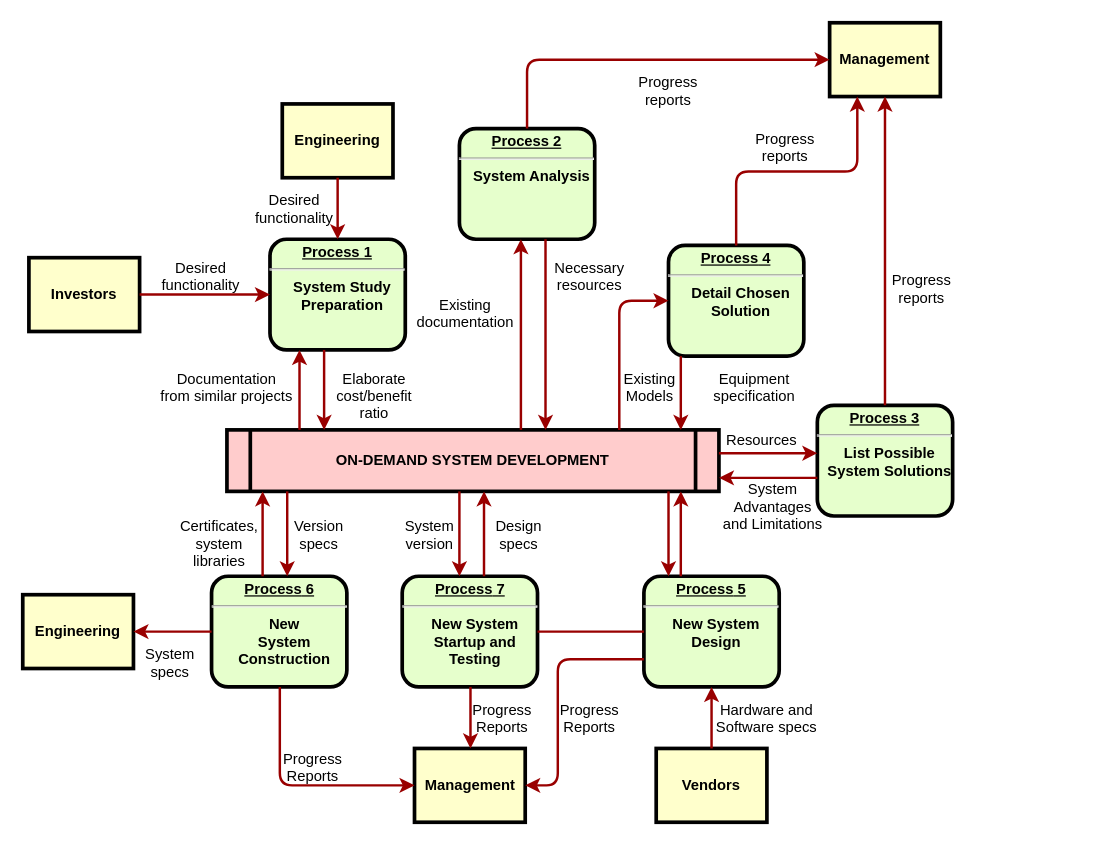
Above: example/未命名绘图.drawio in cwhm123/vue-notifyjs (draw.io), before the change. Source tidied: cells renumbered, new cells numbered last; positions are measured from the earlier drawing's top-left corner, leaving out a move shared by most shapes. Both pictures are drawn from the tidied source at 123%, with x=0, y=0 at pixel (22, 22).
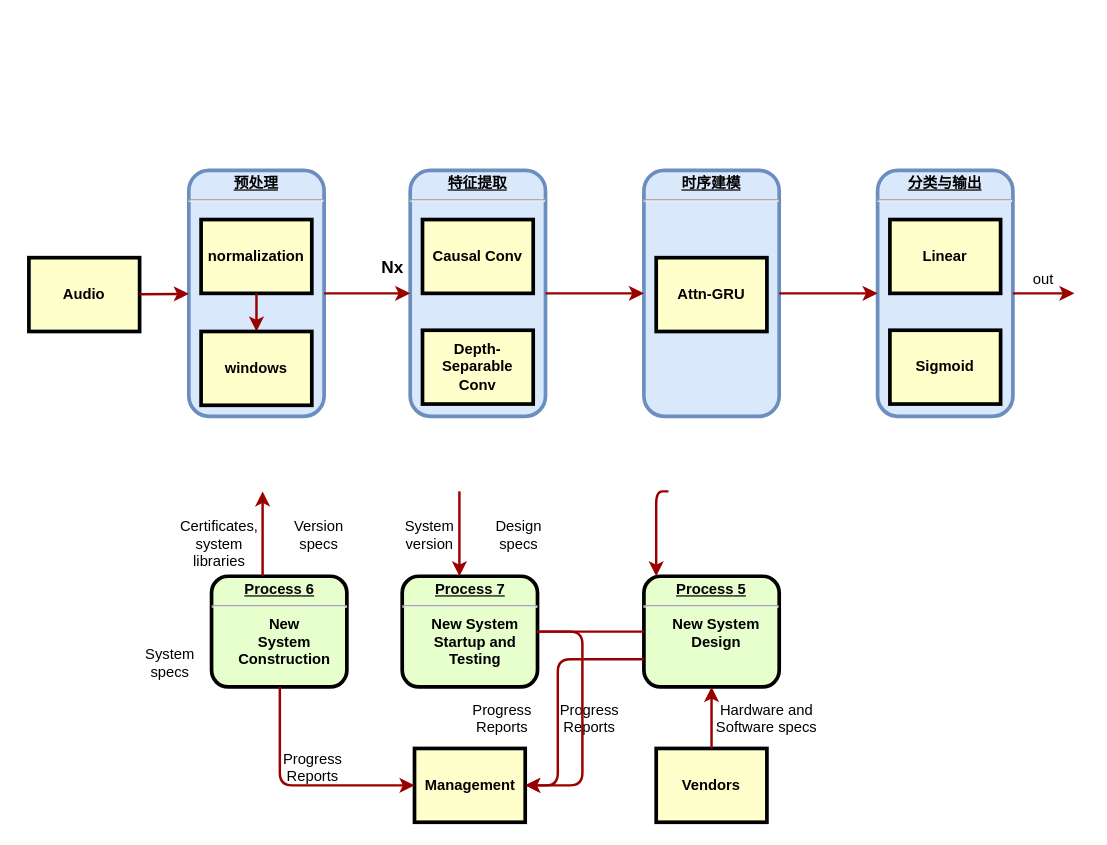
The same diagram, later.

The change refers to these unchanged cells:
```xml
<mxCell id="9" value="&lt;p style=&quot;margin: 0px; margin-top: 4px; text-align: center; text-decoration: underline;&quot;&gt;&lt;strong&gt;&lt;strong&gt;Process&lt;/strong&gt; 5&lt;br /&gt;&lt;/strong&gt;&lt;/p&gt;&lt;hr /&gt;&lt;p style=&quot;margin: 0px; margin-left: 8px;&quot;&gt;New System&lt;/p&gt;&lt;p style=&quot;margin: 0px; margin-left: 8px;&quot;&gt;Design&lt;/p&gt;" style="verticalAlign=middle;align=center;overflow=fill;fontSize=12;fontFamily=Helvetica;html=1;rounded=1;fontStyle=1;strokeWidth=3;fillColor=#E6FFCC;" parent="1" vertex="1">
  <mxGeometry x="505" y="450" width="110" height="90" as="geometry" />
</mxCell>
<mxCell id="10" value="&lt;p style=&quot;margin: 0px; margin-top: 4px; text-align: center; text-decoration: underline;&quot;&gt;&lt;strong&gt;&lt;strong&gt;Process&lt;/strong&gt; 6&lt;br /&gt;&lt;/strong&gt;&lt;/p&gt;&lt;hr /&gt;&lt;p style=&quot;margin: 0px; margin-left: 8px;&quot;&gt;New&lt;/p&gt;&lt;p style=&quot;margin: 0px; margin-left: 8px;&quot;&gt;System&lt;/p&gt;&lt;p style=&quot;margin: 0px; margin-left: 8px;&quot;&gt;Construction&lt;/p&gt;" style="verticalAlign=middle;align=center;overflow=fill;fontSize=12;fontFamily=Helvetica;html=1;rounded=1;fontStyle=1;strokeWidth=3;fillColor=#E6FFCC;" parent="1" vertex="1">
  <mxGeometry x="153.5" y="450" width="110" height="90" as="geometry" />
</mxCell>
<mxCell id="12" value="Management" style="whiteSpace=wrap;align=center;verticalAlign=middle;fontStyle=1;strokeWidth=3;fillColor=#FFFFCC;" parent="1" vertex="1">
  <mxGeometry x="318.5" y="590" width="90" height="60" as="geometry" />
</mxCell>
<mxCell id="17" value="&lt;p style=&quot;margin: 0px; margin-top: 4px; text-align: center; text-decoration: underline;&quot;&gt;&lt;strong&gt;&lt;strong&gt;Process&lt;/strong&gt; 7&lt;br /&gt;&lt;/strong&gt;&lt;/p&gt;&lt;hr /&gt;&lt;p style=&quot;margin: 0px; margin-left: 8px;&quot;&gt;New System&lt;/p&gt;&lt;p style=&quot;margin: 0px; margin-left: 8px;&quot;&gt;Startup and&lt;/p&gt;&lt;p style=&quot;margin: 0px; margin-left: 8px;&quot;&gt;Testing&lt;/p&gt;" style="verticalAlign=middle;align=center;overflow=fill;fontSize=12;fontFamily=Helvetica;html=1;rounded=1;fontStyle=1;strokeWidth=3;fillColor=#E6FFCC;" parent="1" vertex="1">
  <mxGeometry x="308.5" y="450" width="110" height="90" as="geometry" />
</mxCell>
```

What changed in the source:
```diff
@@
-    <mxCell id="2" value="&lt;p style=&quot;margin: 0px; margin-top: 4px; text-align: center; text-decoration: underline;&quot;&gt;&lt;strong&gt;Process 1&lt;br /&gt;&lt;/strong&gt;&lt;/p&gt;&lt;hr /&gt;&lt;p style=&quot;margin: 0px; margin-left: 8px;&quot;&gt;System Study&lt;/p&gt;&lt;p style=&quot;margin: 0px; margin-left: 8px;&quot;&gt;Preparation&lt;/p&gt;" style="verticalAlign=middle;align=center;overflow=fill;fontSize=12;fontFamily=Helvetica;html=1;rounded=1;fontStyle=1;strokeWidth=3;fillColor=#E6FFCC;" parent="1" vertex="1">
-      <mxGeometry x="201" y="176" width="110" height="90" as="geometry" />
+    <mxCell id="2" value="&lt;p style=&quot;margin: 0px; margin-top: 4px; text-align: center; text-decoration: underline;&quot;&gt;&lt;strong&gt;预处理&lt;/strong&gt;&lt;/p&gt;&lt;hr&gt;&lt;p style=&quot;margin: 0px; margin-left: 8px;&quot;&gt;&lt;br&gt;&lt;/p&gt;" style="verticalAlign=middle;align=center;overflow=fill;fontSize=12;fontFamily=Helvetica;html=1;rounded=1;fontStyle=1;strokeWidth=3;fillColor=#dae8fc;strokeColor=#6c8ebf;" parent="1" vertex="1">
+      <mxGeometry x="135" y="120" width="110" height="200" as="geometry" />
     </mxCell>
-    <mxCell id="3" value="Engineering" style="whiteSpace=wrap;align=center;verticalAlign=middle;fontStyle=1;strokeWidth=3;fillColor=#FFFFCC;" parent="1" vertex="1">
-      <mxGeometry x="211" y="66" width="90" height="60" as="geometry" />
-    </mxCell>
-    <mxCell id="4" value="Investors" style="whiteSpace=wrap;align=center;verticalAlign=middle;fontStyle=1;strokeWidth=3;fillColor=#FFFFCC;" parent="1" vertex="1">
+    <mxCell id="4" value="Audio" style="whiteSpace=wrap;align=center;verticalAlign=middle;fontStyle=1;strokeWidth=3;fillColor=#FFFFCC;" parent="1" vertex="1">
       <mxGeometry x="5" y="191" width="90" height="60" as="geometry" />
     </mxCell>
-    <mxCell id="5" value="ON-DEMAND SYSTEM DEVELOPMENT" style="shape=process;whiteSpace=wrap;align=center;verticalAlign=middle;size=0.0475;fontStyle=1;strokeWidth=3;fillColor=#FFCCCC;" parent="1" vertex="1">
-      <mxGeometry x="166" y="331" width="400" height="50" as="geometry" />
-    </mxCell>
-    <mxCell id="6" value="&lt;p style=&quot;margin: 0px; margin-top: 4px; text-align: center; text-decoration: underline;&quot;&gt;&lt;strong&gt;Process 2&lt;br /&gt;&lt;/strong&gt;&lt;/p&gt;&lt;hr /&gt;&lt;p style=&quot;margin: 0px; margin-left: 8px;&quot;&gt;System Analysis&lt;/p&gt;" style="verticalAlign=middle;align=center;overflow=fill;fontSize=12;fontFamily=Helvetica;html=1;rounded=1;fontStyle=1;strokeWidth=3;fillColor=#E6FFCC;" parent="1" vertex="1">
-      <mxGeometry x="355" y="86" width="110" height="90" as="geometry" />
+    <mxCell id="6" value="&lt;p style=&quot;margin: 0px; margin-top: 4px; text-align: center; text-decoration: underline;&quot;&gt;特征提取&lt;strong&gt;&lt;/strong&gt;&lt;/p&gt;&lt;hr&gt;&lt;p style=&quot;margin: 0px; margin-left: 8px;&quot;&gt;&lt;br&gt;&lt;/p&gt;" style="verticalAlign=middle;align=center;overflow=fill;fontSize=12;fontFamily=Helvetica;html=1;rounded=1;fontStyle=1;strokeWidth=3;fillColor=#dae8fc;strokeColor=#6c8ebf;" parent="1" vertex="1">
+      <mxGeometry x="315" y="120" width="110" height="200" as="geometry" />
     </mxCell>
-    <mxCell id="7" value="&lt;p style=&quot;margin: 0px; margin-top: 4px; text-align: center; text-decoration: underline;&quot;&gt;&lt;strong&gt;&lt;strong&gt;Process&lt;/strong&gt; 3&lt;br /&gt;&lt;/strong&gt;&lt;/p&gt;&lt;hr /&gt;&lt;p style=&quot;margin: 0px; margin-left: 8px;&quot;&gt;List Possible&lt;/p&gt;&lt;p style=&quot;margin: 0px; margin-left: 8px;&quot;&gt;System Solutions&lt;/p&gt;" style="verticalAlign=middle;align=center;overflow=fill;fontSize=12;fontFamily=Helvetica;html=1;rounded=1;fontStyle=1;strokeWidth=3;fillColor=#E6FFCC;" parent="1" vertex="1">
-      <mxGeometry x="646" y="311" width="110" height="90" as="geometry" />
+    <mxCell id="7" value="&lt;p style=&quot;margin: 0px; margin-top: 4px; text-align: center; text-decoration: underline;&quot;&gt;时序建模&lt;strong&gt;&lt;/strong&gt;&lt;/p&gt;&lt;hr&gt;&lt;p style=&quot;margin: 0px; margin-left: 8px;&quot;&gt;&lt;br&gt;&lt;/p&gt;" style="verticalAlign=middle;align=center;overflow=fill;fontSize=12;fontFamily=Helvetica;html=1;rounded=1;fontStyle=1;strokeWidth=3;fillColor=#dae8fc;strokeColor=#6c8ebf;" parent="1" vertex="1">
+      <mxGeometry x="505" y="120" width="110" height="200" as="geometry" />
     </mxCell>
-    <mxCell id="8" value="&lt;p style=&quot;margin: 0px; margin-top: 4px; text-align: center; text-decoration: underline;&quot;&gt;&lt;strong&gt;&lt;strong&gt;Process&lt;/strong&gt; 4&lt;br /&gt;&lt;/strong&gt;&lt;/p&gt;&lt;hr /&gt;&lt;p style=&quot;margin: 0px; margin-left: 8px;&quot;&gt;Detail Chosen&lt;/p&gt;&lt;p style=&quot;margin: 0px; margin-left: 8px;&quot;&gt;Solution&lt;/p&gt;" style="verticalAlign=middle;align=center;overflow=fill;fontSize=12;fontFamily=Helvetica;html=1;rounded=1;fontStyle=1;strokeWidth=3;fillColor=#E6FFCC;" parent="1" vertex="1">
-      <mxGeometry x="525" y="181" width="110" height="90" as="geometry" />
+    <mxCell id="8" value="&lt;p style=&quot;margin: 0px; margin-top: 4px; text-align: center; text-decoration: underline;&quot;&gt;分类与输出&lt;strong&gt;&lt;/strong&gt;&lt;/p&gt;&lt;hr&gt;&lt;p style=&quot;margin: 0px; margin-left: 8px;&quot;&gt;&lt;br&gt;&lt;/p&gt;" style="verticalAlign=middle;align=center;overflow=fill;fontSize=12;fontFamily=Helvetica;html=1;rounded=1;fontStyle=1;strokeWidth=3;fillColor=#dae8fc;strokeColor=#6c8ebf;" parent="1" vertex="1">
+      <mxGeometry x="695" y="120" width="110" height="200" as="geometry" />
     </mxCell>
@@
-    <mxCell id="11" value="Management" style="whiteSpace=wrap;align=center;verticalAlign=middle;fontStyle=1;strokeWidth=3;fillColor=#FFFFCC;" parent="1" vertex="1">
-      <mxGeometry x="656" width="90" height="60" as="geometry" />
-    </mxCell>
@@
-    <mxCell id="13" value="Engineering" style="whiteSpace=wrap;align=center;verticalAlign=middle;fontStyle=1;strokeWidth=3;fillColor=#FFFFCC;" parent="1" vertex="1">
-      <mxGeometry y="465" width="90" height="60" as="geometry" />
+    <mxCell id="13" value="normalization" style="whiteSpace=wrap;align=center;verticalAlign=middle;fontStyle=1;strokeWidth=3;fillColor=#FFFFCC;" parent="1" vertex="1">
+      <mxGeometry x="145" y="160" width="90" height="60" as="geometry" />
     </mxCell>
@@
-    <mxCell id="15" style="edgeStyle=none;noEdgeStyle=1;strokeColor=#990000;strokeWidth=2;" parent="1" edge="1" source="3" target="2">
-      <mxGeometry relative="1" as="geometry" />
-    </mxCell>
@@
-    <mxCell id="19" value="Desired &#10;functionality" style="text;spacingTop=-5;align=center;" parent="1" vertex="1">
-      <mxGeometry x="130" y="191" width="30" height="20" as="geometry" />
-    </mxCell>
-    <mxCell id="20" value="Desired &#10;functionality" style="text;spacingTop=-5;align=center;" parent="1" vertex="1">
-      <mxGeometry x="206" y="136" width="30" height="20" as="geometry" />
-    </mxCell>
-    <mxCell id="21" value="Documentation&#10;from similar projects" style="text;spacingTop=-5;align=center;" parent="1" vertex="1">
-      <mxGeometry x="151" y="281" width="30" height="20" as="geometry" />
-    </mxCell>
-    <mxCell id="22" style="edgeStyle=elbowEdgeStyle;elbow=horizontal;strokeColor=#990000;strokeWidth=2;" parent="1" edge="1" source="5" target="2">
-      <mxGeometry relative="1" as="geometry">
-        <Array as="points">
-          <mxPoint x="225" y="310" />
-        </Array>
-      </mxGeometry>
-    </mxCell>
-    <mxCell id="23" style="edgeStyle=elbowEdgeStyle;elbow=horizontal;strokeColor=#990000;strokeWidth=2;" parent="1" edge="1" source="2" target="5">
+    <mxCell id="23" style="edgeStyle=elbowEdgeStyle;elbow=horizontal;strokeColor=#990000;strokeWidth=2;" parent="1" edge="1" source="2">
       <mxGeometry relative="1" as="geometry">
+        <mxPoint x="315" y="220" as="targetPoint" />
         <Array as="points">
+          <mxPoint x="285" y="220" />
+          <mxPoint x="265" y="300" />
           <mxPoint x="245" y="300" />
         </Array>
       </mxGeometry>
     </mxCell>
-    <mxCell id="24" value="Elaborate&#10;cost/benefit&#10;ratio" style="text;spacingTop=-5;align=center;" parent="1" vertex="1">
-      <mxGeometry x="271" y="281" width="30" height="20" as="geometry" />
-    </mxCell>
-    <mxCell id="25" style="edgeStyle=elbowEdgeStyle;elbow=horizontal;strokeColor=#990000;strokeWidth=2;" parent="1" edge="1" source="5" target="6">
-      <mxGeometry relative="1" as="geometry">
-        <Array as="points">
-          <mxPoint x="405" y="250" />
-        </Array>
-      </mxGeometry>
-    </mxCell>
-    <mxCell id="26" style="edgeStyle=elbowEdgeStyle;elbow=horizontal;strokeColor=#990000;strokeWidth=2;" parent="1" edge="1" source="6" target="5">
-      <mxGeometry relative="1" as="geometry">
-        <Array as="points">
-          <mxPoint x="425" y="260" />
-        </Array>
-      </mxGeometry>
-    </mxCell>
-    <mxCell id="27" value="Existing&#10;documentation" style="text;spacingTop=-5;align=center;" parent="1" vertex="1">
-      <mxGeometry x="345" y="221" width="30" height="20" as="geometry" />
-    </mxCell>
-    <mxCell id="28" value="Necessary&#10;resources" style="text;spacingTop=-5;align=center;" parent="1" vertex="1">
-      <mxGeometry x="446" y="191" width="30" height="20" as="geometry" />
-    </mxCell>
-    <mxCell id="29" value="Progress&#10;reports" style="text;spacingTop=-5;align=center;" parent="1" vertex="1">
-      <mxGeometry x="510" y="40" width="30" height="20" as="geometry" />
-    </mxCell>
-    <mxCell id="30" value="Progress&#10;reports" style="text;spacingTop=-5;align=center;" parent="1" vertex="1">
-      <mxGeometry x="605" y="86" width="30" height="20" as="geometry" />
-    </mxCell>
-    <mxCell id="31" value="Progress&#10;reports" style="text;spacingTop=-5;align=center;" parent="1" vertex="1">
-      <mxGeometry x="716" y="201" width="30" height="20" as="geometry" />
-    </mxCell>
-    <mxCell id="32" style="edgeStyle=elbowEdgeStyle;elbow=horizontal;strokeColor=#990000;strokeWidth=2;" parent="1" edge="1" source="6" target="11">
-      <mxGeometry relative="1" as="geometry">
-        <Array as="points">
-          <mxPoint x="410" y="80" />
-        </Array>
-      </mxGeometry>
-    </mxCell>
-    <mxCell id="33" style="edgeStyle=elbowEdgeStyle;elbow=vertical;entryX=0.25;entryY=1;strokeColor=#990000;strokeWidth=2;" parent="1" edge="1" source="8" target="11">
-      <mxGeometry relative="1" as="geometry" />
-    </mxCell>
-    <mxCell id="34" style="edgeStyle=elbowEdgeStyle;elbow=horizontal;strokeColor=#990000;strokeWidth=2;" parent="1" edge="1" source="7" target="11">
+    <mxCell id="34" style="edgeStyle=elbowEdgeStyle;elbow=horizontal;strokeColor=#990000;strokeWidth=2;entryX=0;entryY=0.5;entryDx=0;entryDy=0;" parent="1" edge="1" source="7" target="8">
       <mxGeometry relative="1" as="geometry" />
     </mxCell>
-    <mxCell id="35" style="edgeStyle=elbowEdgeStyle;elbow=horizontal;strokeColor=#990000;strokeWidth=2;" parent="1" edge="1" source="8" target="5">
-      <mxGeometry relative="1" as="geometry">
-        <Array as="points">
-          <mxPoint x="535" y="300" />
-        </Array>
-      </mxGeometry>
-    </mxCell>
-    <mxCell id="36" style="edgeStyle=segmentEdgeStyle;strokeColor=#990000;strokeWidth=2;" parent="1" edge="1" source="5" target="8">
-      <mxGeometry relative="1" as="geometry">
-        <Array as="points">
-          <mxPoint x="485" y="226" />
-        </Array>
-      </mxGeometry>
-    </mxCell>
-    <mxCell id="37" value="Existing&#10;Models" style="text;spacingTop=-5;align=center;" parent="1" vertex="1">
-      <mxGeometry x="495" y="281" width="30" height="20" as="geometry" />
-    </mxCell>
-    <mxCell id="38" value="Equipment&#10;specification" style="text;spacingTop=-5;align=center;" parent="1" vertex="1">
-      <mxGeometry x="580" y="281" width="30" height="20" as="geometry" />
-    </mxCell>
-    <mxCell id="39" style="edgeStyle=elbowEdgeStyle;elbow=vertical;strokeColor=#990000;strokeWidth=2;" parent="1" edge="1" source="5" target="7">
-      <mxGeometry relative="1" as="geometry">
-        <Array as="points">
-          <mxPoint x="615" y="350" />
-        </Array>
-      </mxGeometry>
-    </mxCell>
-    <mxCell id="40" style="edgeStyle=elbowEdgeStyle;elbow=vertical;strokeColor=#990000;strokeWidth=2;" parent="1" edge="1" source="7" target="5">
-      <mxGeometry relative="1" as="geometry">
-        <Array as="points">
-          <mxPoint x="615" y="370" />
-        </Array>
-      </mxGeometry>
-    </mxCell>
-    <mxCell id="41" value="Resources" style="text;spacingTop=-5;align=center;" parent="1" vertex="1">
-      <mxGeometry x="586" y="331" width="30" height="20" as="geometry" />
-    </mxCell>
-    <mxCell id="42" value="System &#10;Advantages &#10;and Limitations" style="text;spacingTop=-5;align=center;" parent="1" vertex="1">
-      <mxGeometry x="595" y="371" width="30" height="20" as="geometry" />
+    <mxCell id="42" value="out" style="text;spacingTop=-5;align=center;" parent="1" vertex="1">
+      <mxGeometry x="815" y="200" width="30" height="20" as="geometry" />
     </mxCell>
-    <mxCell id="43" style="edgeStyle=elbowEdgeStyle;elbow=horizontal;strokeColor=#990000;strokeWidth=2;" parent="1" edge="1" source="9" target="5">
+    <mxCell id="43" style="edgeStyle=elbowEdgeStyle;elbow=horizontal;strokeColor=#990000;strokeWidth=2;exitX=1;exitY=0.5;exitDx=0;exitDy=0;" parent="1" edge="1" source="8">
       <mxGeometry relative="1" as="geometry">
-        <Array as="points">
-          <mxPoint x="535" y="410" />
-        </Array>
+        <mxPoint x="855" y="220" as="targetPoint" />
       </mxGeometry>
     </mxCell>
-    <mxCell id="44" style="edgeStyle=elbowEdgeStyle;elbow=horizontal;strokeColor=#990000;strokeWidth=2;" parent="1" edge="1" source="5" target="9">
+    <mxCell id="44" style="edgeStyle=elbowEdgeStyle;elbow=horizontal;strokeColor=#990000;strokeWidth=2;" parent="1" edge="1" target="9">
       <mxGeometry relative="1" as="geometry">
+        <mxPoint x="525" y="381" as="sourcePoint" />
         <Array as="points">
+          <mxPoint x="515" y="400" />
           <mxPoint x="525" y="420" />
         </Array>
       </mxGeometry>
     </mxCell>
@@
     <mxCell id="49" style="edgeStyle=elbowEdgeStyle;elbow=horizontal;strokeColor=#990000;strokeWidth=2;" parent="1" edge="1" source="17" target="12">
-      <mxGeometry relative="1" as="geometry" />
+      <mxGeometry relative="1" as="geometry">
+        <Array as="points">
+          <mxPoint x="455" y="320" />
+        </Array>
+      </mxGeometry>
     </mxCell>
@@
-    <mxCell id="53" style="edgeStyle=elbowEdgeStyle;elbow=vertical;strokeColor=#990000;strokeWidth=2;" parent="1" edge="1" source="10" target="13">
-      <mxGeometry relative="1" as="geometry" />
-    </mxCell>
-    <mxCell id="54" style="edgeStyle=elbowEdgeStyle;elbow=horizontal;strokeColor=#990000;strokeWidth=2;" parent="1" edge="1" source="5" target="17">
+    <mxCell id="54" style="edgeStyle=elbowEdgeStyle;elbow=horizontal;strokeColor=#990000;strokeWidth=2;" parent="1" edge="1" target="17">
       <mxGeometry relative="1" as="geometry">
+        <mxPoint x="355" y="381" as="sourcePoint" />
         <Array as="points">
           <mxPoint x="355" y="410" />
         </Array>
       </mxGeometry>
     </mxCell>
-    <mxCell id="55" style="edgeStyle=elbowEdgeStyle;elbow=horizontal;strokeColor=#990000;strokeWidth=2;" parent="1" edge="1" source="17" target="5">
-      <mxGeometry relative="1" as="geometry">
-        <Array as="points">
-          <mxPoint x="375" y="410" />
-        </Array>
-      </mxGeometry>
+    <mxCell id="55" style="edgeStyle=elbowEdgeStyle;elbow=horizontal;strokeColor=#990000;strokeWidth=2;exitX=1;exitY=0.5;exitDx=0;exitDy=0;entryX=0;entryY=0.5;entryDx=0;entryDy=0;" parent="1" edge="1" source="6" target="7">
+      <mxGeometry relative="1" as="geometry" />
     </mxCell>
@@
-    <mxCell id="58" style="edgeStyle=elbowEdgeStyle;elbow=horizontal;strokeColor=#990000;strokeWidth=2;" parent="1" edge="1" source="5" target="10">
-      <mxGeometry relative="1" as="geometry">
-        <Array as="points">
-          <mxPoint x="215" y="410" />
-        </Array>
-      </mxGeometry>
+    <mxCell id="58" style="edgeStyle=elbowEdgeStyle;elbow=horizontal;strokeColor=#990000;strokeWidth=2;exitX=0.5;exitY=1;exitDx=0;exitDy=0;entryX=0.5;entryY=0;entryDx=0;entryDy=0;" parent="1" edge="1" source="13" target="68">
+      <mxGeometry relative="1" as="geometry" />
     </mxCell>
-    <mxCell id="59" style="edgeStyle=elbowEdgeStyle;elbow=horizontal;strokeColor=#990000;strokeWidth=2;" parent="1" edge="1" source="10" target="5">
+    <mxCell id="59" style="edgeStyle=elbowEdgeStyle;elbow=horizontal;strokeColor=#990000;strokeWidth=2;" parent="1" edge="1" source="10">
       <mxGeometry relative="1" as="geometry">
+        <mxPoint x="195" y="381" as="targetPoint" />
         <Array as="points">
           <mxPoint x="195" y="410" />
         </Array>
       </mxGeometry>
     </mxCell>
@@
+    <mxCell id="63" value="Sigmoid" style="whiteSpace=wrap;align=center;verticalAlign=middle;fontStyle=1;strokeWidth=3;fillColor=#FFFFCC;" parent="1" vertex="1">
+      <mxGeometry x="705" y="250" width="90" height="60" as="geometry" />
+    </mxCell>
+    <mxCell id="64" value="Linear" style="whiteSpace=wrap;align=center;verticalAlign=middle;fontStyle=1;strokeWidth=3;fillColor=#FFFFCC;" parent="1" vertex="1">
+      <mxGeometry x="705" y="160" width="90" height="60" as="geometry" />
+    </mxCell>
+    <mxCell id="65" value="Attn-GRU" style="whiteSpace=wrap;align=center;verticalAlign=middle;fontStyle=1;strokeWidth=3;fillColor=#FFFFCC;" parent="1" vertex="1">
+      <mxGeometry x="515" y="191" width="90" height="60" as="geometry" />
+    </mxCell>
+    <mxCell id="66" value="Depth-Separable Conv" style="whiteSpace=wrap;align=center;verticalAlign=middle;fontStyle=1;strokeWidth=3;fillColor=#FFFFCC;" parent="1" vertex="1">
+      <mxGeometry x="325" y="250" width="90" height="60" as="geometry" />
+    </mxCell>
+    <mxCell id="67" value="Causal Conv" style="whiteSpace=wrap;align=center;verticalAlign=middle;fontStyle=1;strokeWidth=3;fillColor=#FFFFCC;" parent="1" vertex="1">
+      <mxGeometry x="325" y="160" width="90" height="60" as="geometry" />
+    </mxCell>
+    <mxCell id="68" value="windows" style="whiteSpace=wrap;align=center;verticalAlign=middle;fontStyle=1;strokeWidth=3;fillColor=#FFFFCC;" parent="1" vertex="1">
+      <mxGeometry x="145" y="251" width="90" height="60" as="geometry" />
+    </mxCell>
+    <mxCell id="69" value="&lt;h1 style=&quot;margin-top: 0px;&quot;&gt;&lt;font style=&quot;font-size: 14px;&quot;&gt;Nx&lt;/font&gt;&lt;/h1&gt;" style="text;html=1;whiteSpace=wrap;overflow=hidden;rounded=0;" parent="1" vertex="1">
+      <mxGeometry x="290" y="175.2" width="25" height="29.5" as="geometry" />
+    </mxCell>
```
